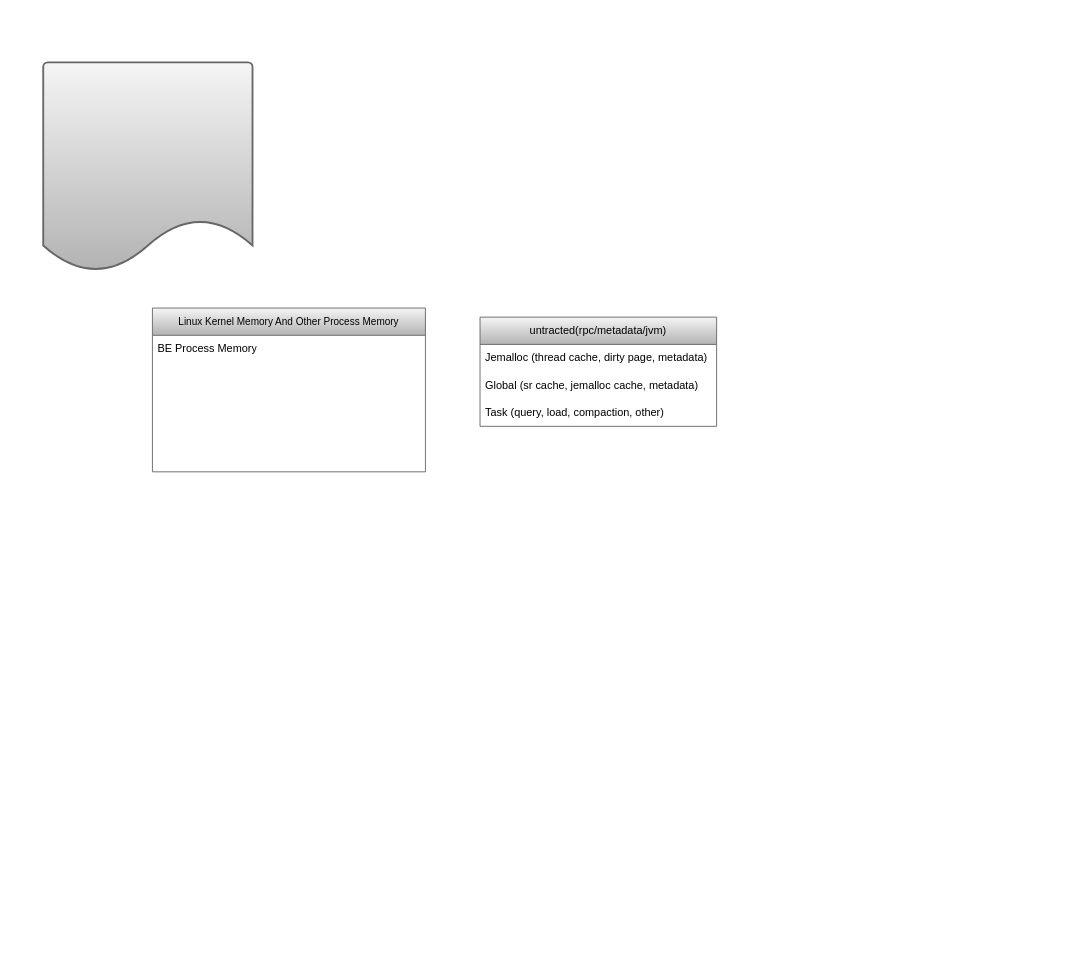
This is page "mem" (2 of 2) of starrocks.drawio from lviiii/starrocks, a draw.io file, before an edit. Source tidied: cells renumbered, new cells numbered last; positions are measured from the earlier drawing's top-left corner, leaving out a move shared by most shapes. Both pictures are drawn from the tidied source at 91%, with x=0, y=0 at pixel (43, 62).
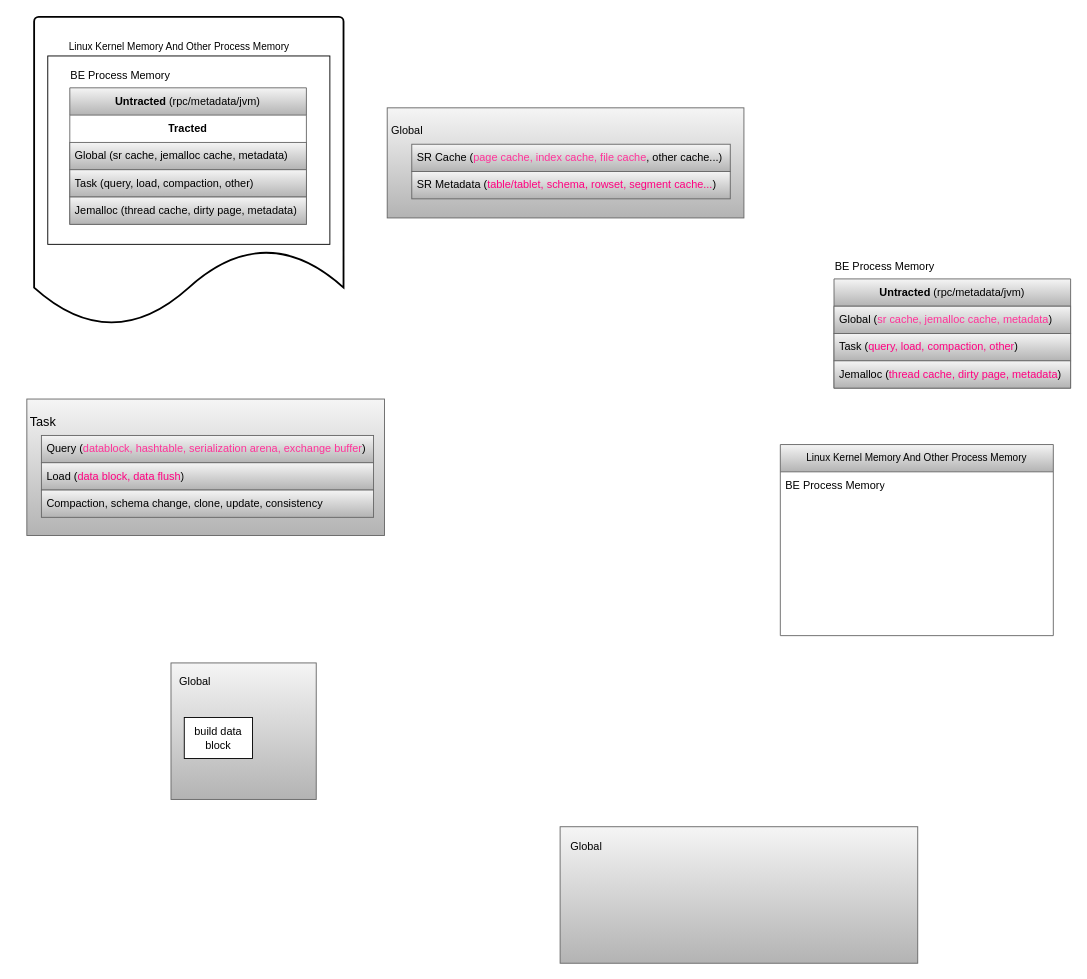
After the change.

Diff of the diagram source:
```diff
@@
-    <mxCell id="2" style="strokeWidth=2;html=1;shape=mxgraph.flowchart.document2;whiteSpace=wrap;size=0.25;fillColor=#f5f5f5;gradientColor=#b3b3b3;strokeColor=#666666;" parent="1" vertex="1">
-      <mxGeometry width="230" height="230" as="geometry" />
+    <mxCell id="2" style="strokeWidth=2;html=1;shape=mxgraph.flowchart.document2;whiteSpace=wrap;size=0.25;" parent="1" vertex="1">
+      <mxGeometry x="-10" y="-50" width="340" height="340" as="geometry" />
     </mxCell>
     <mxCell id="3" value="&lt;font style=&quot;font-size: 11px;&quot;&gt;Linux Kernel Memory And Other Process Memory&lt;/font&gt;" style="swimlane;fontStyle=0;horizontal=1;startSize=30;whiteSpace=wrap;html=1;fillColor=#f5f5f5;gradientColor=#b3b3b3;strokeColor=#666666;" parent="1" vertex="1">
-      <mxGeometry x="120" y="270" width="300" height="180" as="geometry" />
+      <mxGeometry x="810" y="420" width="300" height="210" as="geometry" />
     </mxCell>
-    <mxCell id="4" value="BE Process Memory" style="text;strokeColor=none;fillColor=none;align=left;verticalAlign=middle;spacingLeft=4;spacingRight=4;overflow=hidden;whiteSpace=wrap;html=1;" parent="3" vertex="1">
+    <mxCell id="4" value="BE Process Memory" style="text;align=left;verticalAlign=middle;spacingLeft=4;spacingRight=4;overflow=hidden;whiteSpace=wrap;html=1;" parent="3" vertex="1">
       <mxGeometry y="30" width="300" height="30" as="geometry" />
     </mxCell>
-    <mxCell id="5" value="&amp;nbsp;" style="text;strokeColor=none;fillColor=none;align=left;verticalAlign=middle;spacingLeft=4;spacingRight=4;overflow=hidden;whiteSpace=wrap;html=1;" parent="3" vertex="1">
+    <mxCell id="5" value="&amp;nbsp;" style="text;align=left;verticalAlign=middle;spacingLeft=4;spacingRight=4;overflow=hidden;whiteSpace=wrap;html=1;" parent="3" vertex="1">
       <mxGeometry y="60" width="300" height="30" as="geometry" />
     </mxCell>
@@
-    <mxCell id="8" value="&amp;nbsp;" style="text;strokeColor=none;fillColor=none;align=left;verticalAlign=middle;spacingLeft=4;spacingRight=4;overflow=hidden;whiteSpace=wrap;html=1;" parent="3" vertex="1">
+    <mxCell id="8" value="&amp;nbsp;" style="text;align=left;verticalAlign=middle;spacingLeft=4;spacingRight=4;overflow=hidden;whiteSpace=wrap;html=1;" parent="3" vertex="1">
       <mxGeometry y="150" width="300" height="30" as="geometry" />
     </mxCell>
+    <mxCell id="13" value="&amp;nbsp;" style="text;strokeColor=none;fillColor=none;align=left;verticalAlign=middle;spacingLeft=4;spacingRight=4;overflow=hidden;whiteSpace=wrap;html=1;" parent="3" vertex="1">
+      <mxGeometry y="180" width="300" height="30" as="geometry" />
+    </mxCell>
+    <mxCell id="14" style="group;" parent="1" vertex="1">
+      <mxGeometry x="5" y="-39" width="310" height="239" as="geometry" />
+    </mxCell>
+    <mxCell id="15" style="rounded=0;whiteSpace=wrap;html=1;" parent="14" vertex="1">
+      <mxGeometry y="32" width="310" height="207" as="geometry" />
+    </mxCell>
+    <mxCell id="16" value="&lt;font style=&quot;font-size: 11px;&quot;&gt;Linux Kernel Memory And Other Process Memory&lt;/font&gt;" style="text;html=1;whiteSpace=wrap;strokeColor=none;fillColor=none;align=center;verticalAlign=middle;rounded=0;" parent="14" vertex="1">
+      <mxGeometry width="289.3" height="44" as="geometry" />
+    </mxCell>
+    <mxCell id="17" style="group;" parent="14" vertex="1">
+      <mxGeometry x="5.2" y="39" width="279" height="178" as="geometry" />
+    </mxCell>
-    <mxCell id="9" value="untracted(rpc/metadata/jvm)" style="swimlane;fontStyle=0;horizontal=1;startSize=30;whiteSpace=wrap;html=1;fillColor=#f5f5f5;gradientColor=#b3b3b3;strokeColor=#666666;" parent="1" vertex="1">
-      <mxGeometry x="480" y="280" width="260" height="120" as="geometry" />
+    <mxCell id="9" value="&lt;b&gt;Untracted&lt;/b&gt; (rpc/metadata/jvm)" style="swimlane;fontStyle=0;horizontal=1;startSize=30;whiteSpace=wrap;html=1;fillColor=#f5f5f5;gradientColor=#b3b3b3;strokeColor=#666666;" parent="17" vertex="1">
+      <mxGeometry x="19" y="28" width="260" height="150" as="geometry" />
     </mxCell>
-    <mxCell id="10" value="Jemalloc (thread cache, dirty page, metadata)" style="text;strokeColor=none;fillColor=none;align=left;verticalAlign=middle;spacingLeft=4;spacingRight=4;overflow=hidden;whiteSpace=wrap;html=1;" parent="9" vertex="1">
+    <mxCell id="10" value="&lt;div align=&quot;center&quot;&gt;&lt;b&gt;Tracted&lt;/b&gt;&lt;/div&gt;" style="text;strokeColor=none;fillColor=none;align=center;verticalAlign=middle;spacingLeft=4;spacingRight=4;overflow=hidden;whiteSpace=wrap;html=1;" parent="9" vertex="1">
       <mxGeometry y="30" width="260" height="30" as="geometry" />
     </mxCell>
-    <mxCell id="11" value="Global (sr cache, jemalloc cache, metadata)" style="text;strokeColor=none;fillColor=none;align=left;verticalAlign=middle;spacingLeft=4;spacingRight=4;overflow=hidden;whiteSpace=wrap;html=1;" parent="9" vertex="1">
+    <mxCell id="11" value="Global (sr cache, jemalloc cache, metadata)" style="text;strokeColor=#666666;fillColor=#f5f5f5;align=left;verticalAlign=middle;spacingLeft=4;spacingRight=4;overflow=hidden;whiteSpace=wrap;html=1;gradientColor=#b3b3b3;" parent="9" vertex="1">
       <mxGeometry y="60" width="260" height="30" as="geometry" />
     </mxCell>
-    <mxCell id="12" value="Task (query, load, compaction, other)" style="text;strokeColor=none;fillColor=none;align=left;verticalAlign=middle;spacingLeft=4;spacingRight=4;overflow=hidden;whiteSpace=wrap;html=1;" parent="9" vertex="1">
+    <mxCell id="12" value="Task (query, load, compaction, other)" style="text;strokeColor=#666666;fillColor=#f5f5f5;align=left;verticalAlign=middle;spacingLeft=4;spacingRight=4;overflow=hidden;whiteSpace=wrap;html=1;gradientColor=#b3b3b3;" parent="9" vertex="1">
       <mxGeometry y="90" width="260" height="30" as="geometry" />
     </mxCell>
+    <mxCell id="18" value="Jemalloc (thread cache, dirty page, metadata)" style="text;strokeColor=#666666;fillColor=#f5f5f5;align=left;verticalAlign=middle;spacingLeft=4;spacingRight=4;overflow=hidden;whiteSpace=wrap;html=1;gradientColor=#b3b3b3;" parent="9" vertex="1">
+      <mxGeometry y="120" width="260" height="30" as="geometry" />
+    </mxCell>
+    <mxCell id="19" value="BE Process Memory" style="text;html=1;whiteSpace=wrap;strokeColor=none;fillColor=none;align=center;verticalAlign=middle;rounded=0;" parent="17" vertex="1">
+      <mxGeometry width="150" height="30" as="geometry" />
+    </mxCell>
+    <mxCell id="20" style="group;" parent="1" vertex="1">
+      <mxGeometry x="850" y="210" width="279" height="178" as="geometry" />
+    </mxCell>
+    <mxCell id="21" value="&lt;b&gt;Untracted&lt;/b&gt; (rpc/metadata/jvm)" style="swimlane;fontStyle=0;horizontal=1;startSize=30;whiteSpace=wrap;html=1;fillColor=#f5f5f5;gradientColor=#b3b3b3;strokeColor=#666666;" parent="20" vertex="1">
+      <mxGeometry x="19" y="28" width="260" height="120" as="geometry" />
+    </mxCell>
+    <mxCell id="22" value="Global (&lt;span style=&quot;color: rgb(255, 51, 153);&quot;&gt;sr cache, jemalloc cache, metadata&lt;/span&gt;)" style="text;strokeColor=#666666;fillColor=#f5f5f5;align=left;verticalAlign=middle;spacingLeft=4;spacingRight=4;overflow=hidden;whiteSpace=wrap;html=1;gradientColor=#b3b3b3;" parent="21" vertex="1">
+      <mxGeometry y="30" width="260" height="30" as="geometry" />
+    </mxCell>
+    <mxCell id="23" value="Task (&lt;span style=&quot;color: rgb(255, 0, 128);&quot;&gt;query, load, compaction, other&lt;/span&gt;)" style="text;strokeColor=#666666;fillColor=#f5f5f5;align=left;verticalAlign=middle;spacingLeft=4;spacingRight=4;overflow=hidden;whiteSpace=wrap;html=1;gradientColor=#b3b3b3;" parent="21" vertex="1">
+      <mxGeometry y="60" width="260" height="30" as="geometry" />
+    </mxCell>
+    <mxCell id="24" value="Jemalloc (&lt;span style=&quot;color: rgb(255, 0, 128);&quot;&gt;thread cache, dirty page, metadata&lt;/span&gt;)" style="text;strokeColor=#666666;fillColor=#f5f5f5;align=left;verticalAlign=middle;spacingLeft=4;spacingRight=4;overflow=hidden;whiteSpace=wrap;html=1;gradientColor=#b3b3b3;" parent="21" vertex="1">
+      <mxGeometry y="90" width="260" height="30" as="geometry" />
+    </mxCell>
+    <mxCell id="25" value="BE Process Memory" style="text;html=1;whiteSpace=wrap;strokeColor=none;fillColor=none;align=center;verticalAlign=middle;rounded=0;" parent="20" vertex="1">
+      <mxGeometry width="150" height="30" as="geometry" />
+    </mxCell>
+    <mxCell id="26" style="group;" parent="1" vertex="1">
+      <mxGeometry x="-30" y="370" width="405" height="150" as="geometry" />
+    </mxCell>
+    <mxCell id="27" style="rounded=0;whiteSpace=wrap;html=1;fillColor=#f5f5f5;gradientColor=#b3b3b3;strokeColor=#666666;" parent="26" vertex="1">
+      <mxGeometry x="12" width="393" height="150" as="geometry" />
+    </mxCell>
+    <mxCell id="28" style="group;" parent="26" vertex="1">
+      <mxGeometry x="28" y="40" width="365" height="90" as="geometry" />
+    </mxCell>
+    <mxCell id="29" value="Query (&lt;span style=&quot;color: rgb(255, 51, 153);&quot;&gt;datablock, hashtable, serialization arena, exchange buffer&lt;/span&gt;)" style="text;strokeColor=#666666;fillColor=#f5f5f5;align=left;verticalAlign=middle;spacingLeft=4;spacingRight=4;overflow=hidden;whiteSpace=wrap;html=1;gradientColor=#b3b3b3;" parent="28" vertex="1">
+      <mxGeometry width="365" height="30" as="geometry" />
+    </mxCell>
+    <mxCell id="30" value="Load (&lt;span style=&quot;color: rgb(255, 0, 128);&quot;&gt;data block, data flush&lt;/span&gt;)" style="text;strokeColor=#666666;fillColor=#f5f5f5;align=left;verticalAlign=middle;spacingLeft=4;spacingRight=4;overflow=hidden;whiteSpace=wrap;html=1;gradientColor=#b3b3b3;" parent="28" vertex="1">
+      <mxGeometry y="30" width="365" height="30" as="geometry" />
+    </mxCell>
+    <mxCell id="31" value="Compaction, schema change, clone, update, consistency" style="text;strokeColor=#666666;fillColor=#f5f5f5;align=left;verticalAlign=middle;spacingLeft=4;spacingRight=4;overflow=hidden;whiteSpace=wrap;html=1;gradientColor=#b3b3b3;" parent="28" vertex="1">
+      <mxGeometry y="60" width="365" height="30" as="geometry" />
+    </mxCell>
+    <mxCell id="32" value="&lt;font style=&quot;font-size: 14px;&quot;&gt;Task&lt;/font&gt;" style="text;html=1;whiteSpace=wrap;strokeColor=none;fillColor=none;align=center;verticalAlign=middle;rounded=0;" parent="26" vertex="1">
+      <mxGeometry y="10" width="60" height="30" as="geometry" />
+    </mxCell>
+    <mxCell id="33" style="group;" parent="1" vertex="1">
+      <mxGeometry x="370" y="50" width="400" height="121" as="geometry" />
+    </mxCell>
+    <mxCell id="34" style="rounded=0;whiteSpace=wrap;html=1;fillColor=#f5f5f5;gradientColor=#b3b3b3;strokeColor=#666666;" parent="33" vertex="1">
+      <mxGeometry x="8" width="392" height="121" as="geometry" />
+    </mxCell>
+    <mxCell id="35" value="Global" style="text;html=1;whiteSpace=wrap;strokeColor=none;fillColor=none;align=center;verticalAlign=middle;rounded=0;" parent="33" vertex="1">
+      <mxGeometry y="10" width="60" height="30" as="geometry" />
+    </mxCell>
+    <mxCell id="36" value="SR Cache (&lt;span style=&quot;color: rgb(255, 51, 153);&quot;&gt;page cache, index cache, file cache&lt;/span&gt;, other cache...)" style="text;strokeColor=#666666;fillColor=#f5f5f5;align=left;verticalAlign=middle;spacingLeft=4;spacingRight=4;overflow=hidden;whiteSpace=wrap;html=1;gradientColor=#b3b3b3;" parent="33" vertex="1">
+      <mxGeometry x="35" y="40" width="350" height="30" as="geometry" />
+    </mxCell>
+    <mxCell id="37" value="SR Metadata (&lt;span style=&quot;color: rgb(255, 0, 128);&quot;&gt;table/tablet, schema, rowset, segment cache...&lt;/span&gt;)" style="text;strokeColor=#666666;fillColor=#f5f5f5;align=left;verticalAlign=middle;spacingLeft=4;spacingRight=4;overflow=hidden;whiteSpace=wrap;html=1;gradientColor=#b3b3b3;" parent="33" vertex="1">
+      <mxGeometry x="35" y="70" width="350" height="30" as="geometry" />
+    </mxCell>
+    <mxCell id="38" style="group;" parent="1" vertex="1">
+      <mxGeometry x="567" y="840" width="394" height="150" as="geometry" />
+    </mxCell>
+    <mxCell id="39" style="rounded=0;whiteSpace=wrap;html=1;fillColor=#f5f5f5;gradientColor=#b3b3b3;strokeColor=#666666;" parent="38" vertex="1">
+      <mxGeometry x="1" width="393" height="150" as="geometry" />
+    </mxCell>
+    <mxCell id="40" value="Global" style="text;html=1;whiteSpace=wrap;strokeColor=none;fillColor=none;align=center;verticalAlign=middle;rounded=0;" parent="38" vertex="1">
+      <mxGeometry y="7" width="60" height="30" as="geometry" />
+    </mxCell>
+    <mxCell id="41" style="group;" parent="1" vertex="1">
+      <mxGeometry x="140" y="660" width="160" height="150" as="geometry" />
+    </mxCell>
+    <mxCell id="42" style="rounded=0;whiteSpace=wrap;html=1;fillColor=#f5f5f5;gradientColor=#b3b3b3;strokeColor=#666666;" parent="41" vertex="1">
+      <mxGeometry x="0.4" width="159.6" height="150" as="geometry" />
+    </mxCell>
+    <mxCell id="43" value="Global" style="text;html=1;whiteSpace=wrap;strokeColor=none;fillColor=none;align=center;verticalAlign=middle;rounded=0;" parent="41" vertex="1">
+      <mxGeometry x="15" y="6" width="24.4" height="30" as="geometry" />
+    </mxCell>
+    <mxCell id="44" value="build data block" style="rounded=0;whiteSpace=wrap;html=1;" parent="41" vertex="1">
+      <mxGeometry x="15" y="60" width="75" height="45" as="geometry" />
+    </mxCell>
```
